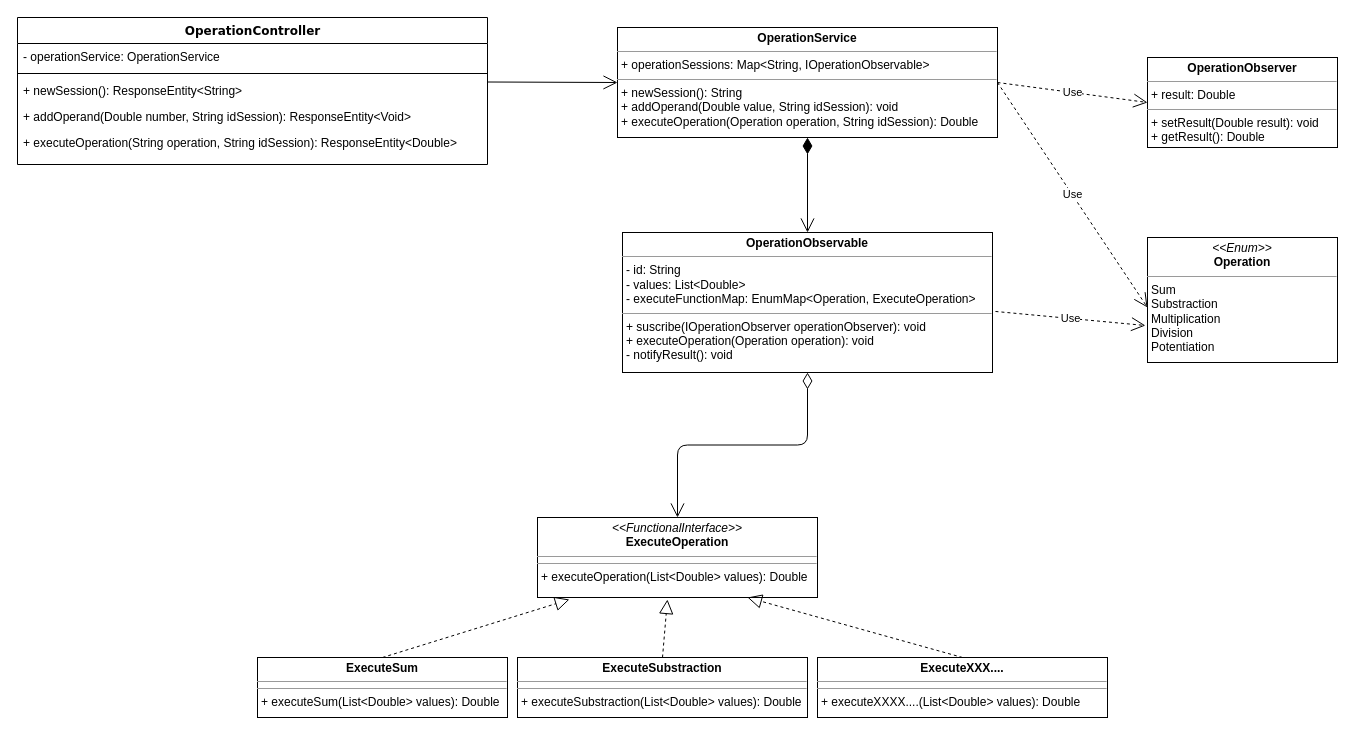
Above: Untitled Diagram.drawio in enavarrom/operatortest (draw.io), before the change. Source tidied: cells renumbered, new cells numbered last; positions are measured from the earlier drawing's top-left corner, leaving out a move shared by most shapes. Both pictures are drawn from the tidied source at 100%, with x=0, y=0 at pixel (17, 17).
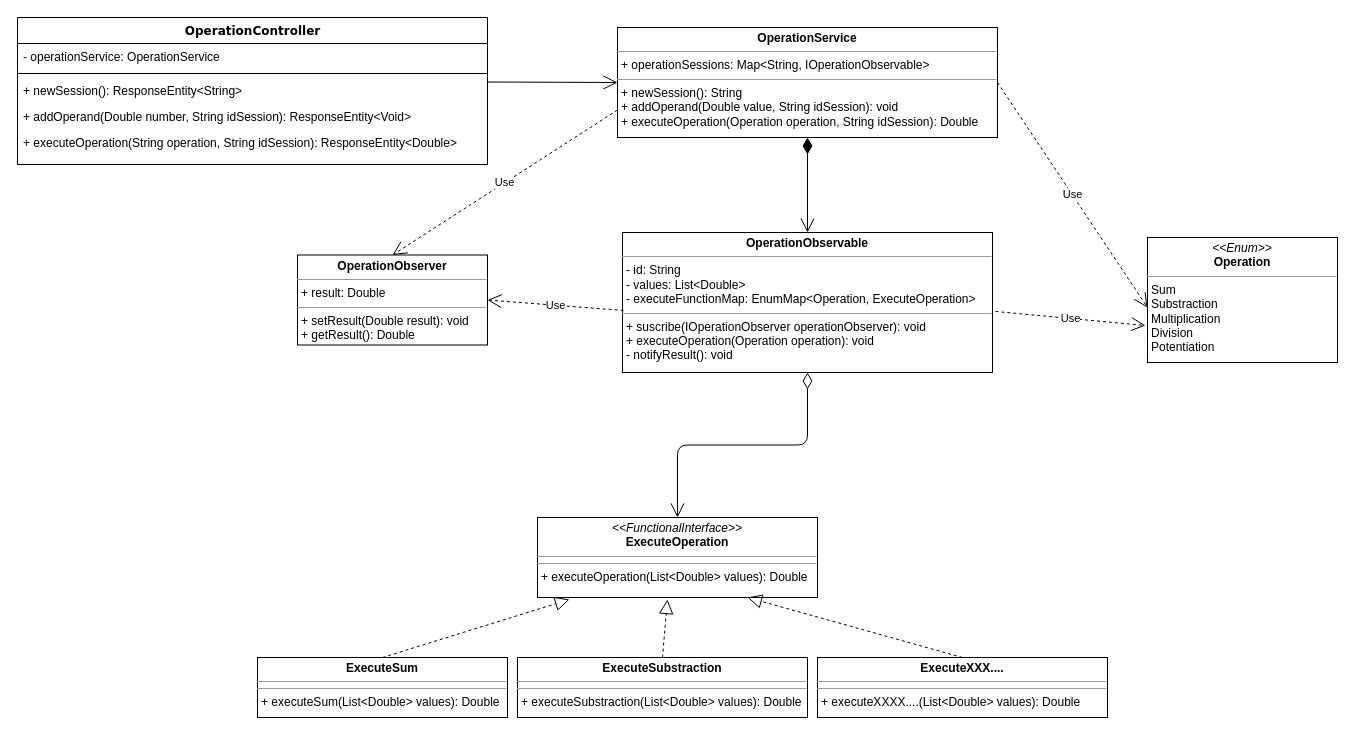
The same page after the edit.

Commit message:
Ajustes Diseño

Unchanged cells that the change refers to:
```xml
<mxCell id="10" value="&lt;p style=&quot;margin: 0px ; margin-top: 4px ; text-align: center&quot;&gt;&lt;b&gt;OperationObservable&lt;/b&gt;&lt;/p&gt;&lt;hr size=&quot;1&quot;&gt;&lt;p style=&quot;margin: 0px ; margin-left: 4px&quot;&gt;- id: String&lt;br&gt;- values: List&amp;lt;Double&amp;gt;&lt;/p&gt;&lt;p style=&quot;margin: 0px ; margin-left: 4px&quot;&gt;- executeFunctionMap: EnumMap&amp;lt;Operation, ExecuteOperation&amp;gt;&lt;br&gt;&lt;/p&gt;&lt;hr size=&quot;1&quot;&gt;&lt;p style=&quot;margin: 0px ; margin-left: 4px&quot;&gt;+ suscribe(IOperationObserver operationObserver): void&lt;br&gt;+ executeOperation(Operation operation): void&lt;/p&gt;&lt;p style=&quot;margin: 0px ; margin-left: 4px&quot;&gt;- notifyResult(): void&lt;br&gt;&lt;/p&gt;" style="verticalAlign=top;align=left;overflow=fill;fontSize=12;fontFamily=Helvetica;html=1;" parent="1" vertex="1">
  <mxGeometry x="605" y="215" width="370" height="140" as="geometry" />
</mxCell>
<mxCell id="11" value="&lt;p style=&quot;margin: 0px ; margin-top: 4px ; text-align: center&quot;&gt;&lt;b&gt;OperationService&lt;/b&gt;&lt;br&gt;&lt;/p&gt;&lt;hr size=&quot;1&quot;&gt;&lt;p style=&quot;margin: 0px ; margin-left: 4px&quot;&gt;+ operationSessions: Map&amp;lt;String, IOperationObservable&amp;gt;&lt;/p&gt;&lt;hr size=&quot;1&quot;&gt;&lt;p style=&quot;margin: 0px ; margin-left: 4px&quot;&gt;+ newSession(): String&lt;/p&gt;&lt;p style=&quot;margin: 0px ; margin-left: 4px&quot;&gt;+ addOperand(Double value, String idSession): void&lt;/p&gt;&lt;p style=&quot;margin: 0px ; margin-left: 4px&quot;&gt;+ executeOperation(Operation operation, String idSession): Double&lt;br&gt;&lt;/p&gt;" style="verticalAlign=top;align=left;overflow=fill;fontSize=12;fontFamily=Helvetica;html=1;" parent="1" vertex="1">
  <mxGeometry x="600" y="10" width="380" height="110" as="geometry" />
</mxCell>
```

Diff of the diagram source:
```diff
@@
     <mxCell id="8" value="&lt;p style=&quot;margin: 0px ; margin-top: 4px ; text-align: center&quot;&gt;&lt;b&gt;OperationObserver&lt;/b&gt;&lt;/p&gt;&lt;hr size=&quot;1&quot;&gt;&lt;p style=&quot;margin: 0px ; margin-left: 4px&quot;&gt;+ result: Double&lt;br&gt;&lt;/p&gt;&lt;hr size=&quot;1&quot;&gt;&lt;p style=&quot;margin: 0px ; margin-left: 4px&quot;&gt;+ setResult(Double result): void&lt;/p&gt;&lt;p style=&quot;margin: 0px ; margin-left: 4px&quot;&gt;+ getResult(): Double&lt;br&gt;&lt;/p&gt;" style="verticalAlign=top;align=left;overflow=fill;fontSize=12;fontFamily=Helvetica;html=1;" parent="1" vertex="1">
-      <mxGeometry x="1130" y="40" width="190" height="90" as="geometry" />
+      <mxGeometry x="280" y="237.5" width="190" height="90" as="geometry" />
     </mxCell>
@@
-    <mxCell id="22" value="Use" style="endArrow=open;endSize=12;dashed=1;html=1;exitX=1;exitY=0.5;exitDx=0;exitDy=0;entryX=0;entryY=0.5;entryDx=0;entryDy=0;" parent="1" edge="1" source="11" target="8">
+    <mxCell id="22" value="Use" style="endArrow=open;endSize=12;dashed=1;html=1;exitX=0;exitY=0.75;exitDx=0;exitDy=0;entryX=0.5;entryY=0;entryDx=0;entryDy=0;" parent="1" edge="1" source="11" target="8">
       <mxGeometry relative="1" as="geometry" />
     </mxCell>
@@
+    <mxCell id="25" value="Use" style="endArrow=open;endSize=12;dashed=1;html=1;exitX=0.003;exitY=0.557;exitDx=0;exitDy=0;entryX=1;entryY=0.5;entryDx=0;entryDy=0;exitPerimeter=0;" parent="1" edge="1" source="10" target="8">
+      <mxGeometry relative="1" as="geometry" />
+    </mxCell>
```
